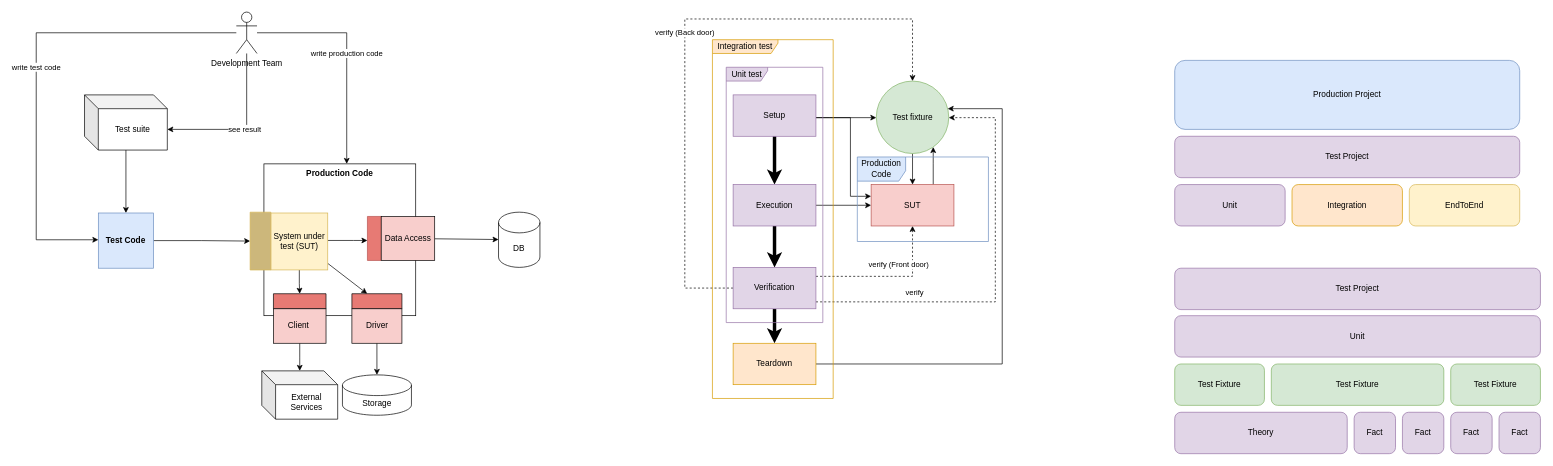
Before: unit tests.drawio in chavp/data-modeling, a draw.io diagram. Source tidied: cells renumbered, new cells numbered last; positions are measured from the earlier drawing's top-left corner, leaving out a move shared by most shapes. Both pictures are drawn from the tidied source at 69%, with x=0, y=0 at pixel (36, 12).
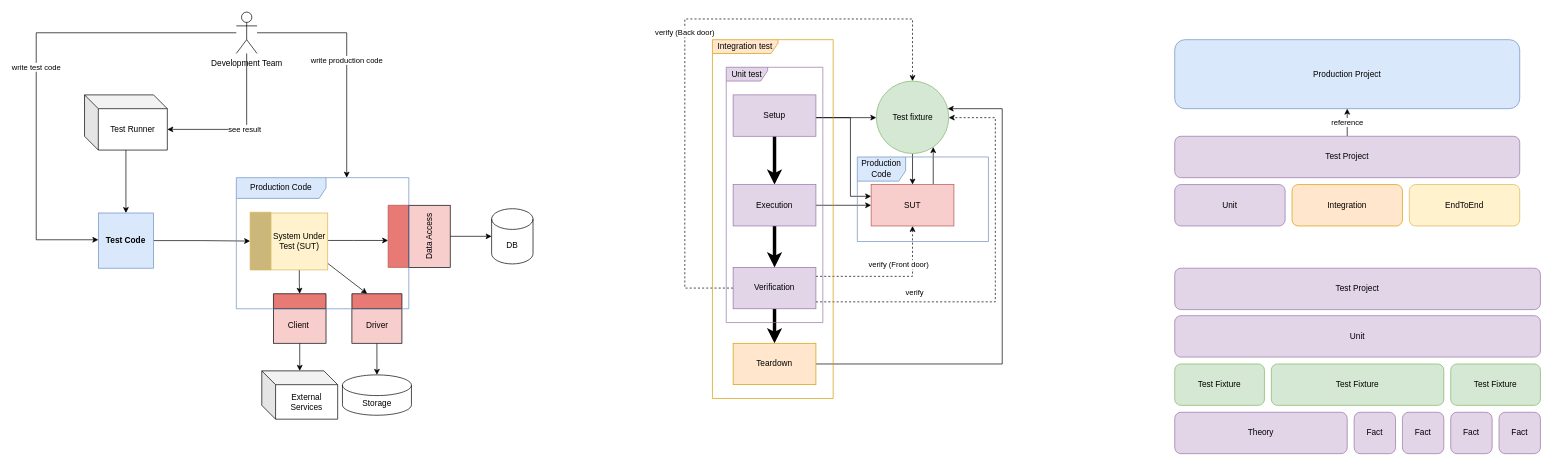
Above is the later version.

The change refers to these unchanged cells:
```xml
<mxCell id="50" value="Test Project" style="rounded=1;whiteSpace=wrap;html=1;fillColor=#e1d5e7;strokeColor=#9673a6;" parent="1" vertex="1">
  <mxGeometry x="1650" y="180" width="500" height="60" as="geometry" />
</mxCell>
```

What changed in the source:
```diff
@@
-    <mxCell id="3" value="Test suite" style="shape=cube;whiteSpace=wrap;html=1;boundedLbl=1;backgroundOutline=1;darkOpacity=0.05;darkOpacity2=0.1;" parent="1" vertex="1">
+    <mxCell id="3" value="Test Runner" style="shape=cube;whiteSpace=wrap;html=1;boundedLbl=1;backgroundOutline=1;darkOpacity=0.05;darkOpacity2=0.1;" parent="1" vertex="1">
       <mxGeometry x="70" y="120" width="120" height="80" as="geometry" />
     </mxCell>
@@
-    <mxCell id="9" value="System under test (SUT)" style="whiteSpace=wrap;html=1;fillColor=#fff2cc;strokeColor=#d6b656;" parent="1" vertex="1">
+    <mxCell id="9" value="System Under Test (SUT)" style="whiteSpace=wrap;html=1;fillColor=#fff2cc;strokeColor=#d6b656;" parent="1" vertex="1">
       <mxGeometry x="340" y="291.2" width="82.5" height="82.5" as="geometry" />
     </mxCell>
-    <mxCell id="10" value="Production Code" style="whiteSpace=wrap;html=1;verticalAlign=top;align=center;fillColor=none;fontStyle=1;" parent="1" vertex="1">
-      <mxGeometry x="330" y="220" width="220" height="220" as="geometry" />
-    </mxCell>
@@
     <mxCell id="13" value="DB" style="shape=cylinder3;whiteSpace=wrap;html=1;boundedLbl=1;backgroundOutline=1;size=15;" parent="1" vertex="1">
-      <mxGeometry x="670" y="290" width="60" height="80" as="geometry" />
+      <mxGeometry x="660" y="285" width="60" height="80" as="geometry" />
     </mxCell>
@@
     <mxCell id="20" style="verticalLabelPosition=bottom;verticalAlign=top;html=1;shape=mxgraph.basic.rect;fillColor2=none;strokeWidth=1;size=20;indent=5;fillColor=#e77a74;strokeColor=#b85450;" parent="1" vertex="1">
-      <mxGeometry x="480" y="296.2" width="20" height="63.8" as="geometry" />
+      <mxGeometry x="510" y="280" width="30" height="90" as="geometry" />
     </mxCell>
@@
-    <mxCell id="27" value="Data Access" style="rounded=0;whiteSpace=wrap;html=1;fillColor=#f8cecc;" parent="1" vertex="1">
-      <mxGeometry x="500" y="296.2" width="77.5" height="63.8" as="geometry" />
+    <mxCell id="27" value="Data Access" style="rounded=0;whiteSpace=wrap;html=1;fillColor=#f8cecc;verticalAlign=middle;horizontal=0;" parent="1" vertex="1">
+      <mxGeometry x="540" y="280" width="60" height="90" as="geometry" />
     </mxCell>
@@
     <mxCell id="49" value="Production Project" style="rounded=1;whiteSpace=wrap;html=1;fillColor=#dae8fc;strokeColor=#6c8ebf;" parent="1" vertex="1">
-      <mxGeometry x="1650" y="70" width="500" height="100" as="geometry" />
+      <mxGeometry x="1650" y="40" width="500" height="100" as="geometry" />
     </mxCell>
+    <mxCell id="64" value="reference" style="edgeStyle=orthogonalEdgeStyle;rounded=0;jettySize=auto;html=1;" parent="1" edge="1" source="50" target="49">
+      <mxGeometry relative="1" as="geometry" />
+    </mxCell>
@@
+    <mxCell id="10" value="Production Code" style="shape=umlFrame;whiteSpace=wrap;html=1;width=130;height=30;fillColor=#dae8fc;strokeColor=#6c8ebf;" parent="1" vertex="1">
+      <mxGeometry x="290" y="240" width="250" height="190" as="geometry" />
+    </mxCell>
```
